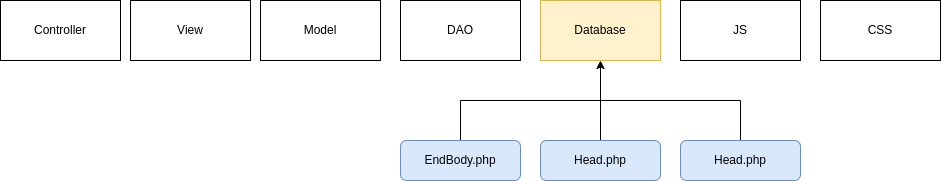
The draw.io diagram Diagram/FolderStructure/DatabaseStructure.png in ChristopheQuiniou/EasyFolio, before a commit. Source tidied: cells renumbered, new cells last; positions are measured from the earlier drawing's top-left corner, leaving out a move shared by most shapes.
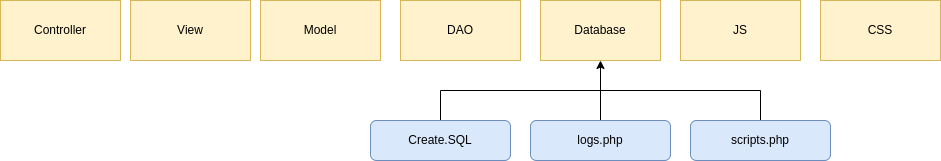
After the commit.

The edit, as a diff of the source:
```diff
@@ -2,25 +2,25 @@
   <root>
     <mxCell id="0" />
     <mxCell id="1" parent="0" />
-    <mxCell id="2" value="Model" style="rounded=0;whiteSpace=wrap;html=1;" parent="1" vertex="1">
+    <mxCell id="2" value="Model" style="rounded=0;whiteSpace=wrap;html=1;fillColor=#fff2cc;strokeColor=#d6b656;" parent="1" vertex="1">
       <mxGeometry x="260" width="120" height="60" as="geometry" />
     </mxCell>
-    <mxCell id="3" value="View" style="rounded=0;whiteSpace=wrap;html=1;" parent="1" vertex="1">
+    <mxCell id="3" value="View" style="rounded=0;whiteSpace=wrap;html=1;fillColor=#fff2cc;strokeColor=#d6b656;" parent="1" vertex="1">
       <mxGeometry x="130" width="120" height="60" as="geometry" />
     </mxCell>
-    <mxCell id="4" value="Controller" style="rounded=0;whiteSpace=wrap;html=1;" parent="1" vertex="1">
+    <mxCell id="4" value="Controller" style="rounded=0;whiteSpace=wrap;html=1;fillColor=#fff2cc;strokeColor=#d6b656;" parent="1" vertex="1">
       <mxGeometry width="120" height="60" as="geometry" />
     </mxCell>
-    <mxCell id="5" value="DAO" style="rounded=0;whiteSpace=wrap;html=1;" parent="1" vertex="1">
+    <mxCell id="5" value="DAO" style="rounded=0;whiteSpace=wrap;html=1;fillColor=#fff2cc;strokeColor=#d6b656;" parent="1" vertex="1">
       <mxGeometry x="400" width="120" height="60" as="geometry" />
     </mxCell>
     <mxCell id="6" value="Database" style="rounded=0;whiteSpace=wrap;html=1;fillColor=#fff2cc;strokeColor=#d6b656;" parent="1" vertex="1">
       <mxGeometry x="540" width="120" height="60" as="geometry" />
     </mxCell>
-    <mxCell id="7" value="JS" style="rounded=0;whiteSpace=wrap;html=1;" parent="1" vertex="1">
+    <mxCell id="7" value="JS" style="rounded=0;whiteSpace=wrap;html=1;fillColor=#fff2cc;strokeColor=#d6b656;" parent="1" vertex="1">
       <mxGeometry x="680" width="120" height="60" as="geometry" />
     </mxCell>
-    <mxCell id="8" value="CSS" style="rounded=0;whiteSpace=wrap;html=1;" parent="1" vertex="1">
+    <mxCell id="8" value="CSS" style="rounded=0;whiteSpace=wrap;html=1;fillColor=#fff2cc;strokeColor=#d6b656;" parent="1" vertex="1">
       <mxGeometry x="820" width="120" height="60" as="geometry" />
     </mxCell>
     <mxCell id="9" style="edgeStyle=orthogonalEdgeStyle;rounded=0;orthogonalLoop=1;jettySize=auto;html=1;exitX=0.5;exitY=0;exitDx=0;exitDy=0;endArrow=none;endFill=0;entryX=0.5;entryY=0;entryDx=0;entryDy=0;" parent="1" edge="1">
@@ -32,41 +32,30 @@
         </Array>
       </mxGeometry>
     </mxCell>
-    <mxCell id="10" style="edgeStyle=orthogonalEdgeStyle;rounded=0;jettySize=auto;html=1;exitX=0.5;exitY=0;exitDx=0;exitDy=0;endArrow=classic;endFill=1;entryX=0.5;entryY=1;entryDx=0;entryDy=0;" parent="1" edge="1" target="6">
-      <mxGeometry relative="1" as="geometry">
-        <mxPoint x="510" y="140" as="sourcePoint" />
-        <Array as="points">
-          <mxPoint x="460" y="140" />
-          <mxPoint x="460" y="100" />
-          <mxPoint x="600" y="100" />
-        </Array>
-      </mxGeometry>
-    </mxCell>
-    <mxCell id="11" value="EndBody.php" style="rounded=1;whiteSpace=wrap;html=1;fillColor=#dae8fc;strokeColor=#6c8ebf;" parent="1" vertex="1">
-      <mxGeometry x="400" y="140" width="120" height="40" as="geometry" />
-    </mxCell>
-    <mxCell id="12" style="edgeStyle=orthogonalEdgeStyle;rounded=0;jettySize=auto;html=1;exitX=0.5;exitY=0;exitDx=0;exitDy=0;startArrow=none;startFill=0;endArrow=none;endFill=0;" parent="1" edge="1" source="13">
-      <mxGeometry relative="1" as="geometry">
-        <mxPoint x="600" y="100" as="targetPoint" />
-        <Array as="points">
-          <mxPoint x="600" y="110" />
-          <mxPoint x="600" y="110" />
-        </Array>
-      </mxGeometry>
-    </mxCell>
-    <mxCell id="13" value="Head.php" style="rounded=1;whiteSpace=wrap;html=1;fillColor=#dae8fc;strokeColor=#6c8ebf;" parent="1" vertex="1">
-      <mxGeometry x="540" y="140" width="120" height="40" as="geometry" />
-    </mxCell>
-    <mxCell id="14" style="edgeStyle=orthogonalEdgeStyle;rounded=0;jettySize=auto;html=1;exitX=0.5;exitY=0;exitDx=0;exitDy=0;startArrow=none;startFill=0;endArrow=none;endFill=0;" parent="1" edge="1" source="15">
-      <mxGeometry relative="1" as="geometry">
-        <mxPoint x="600" y="100" as="targetPoint" />
-        <Array as="points">
-          <mxPoint x="740" y="100" />
-        </Array>
-      </mxGeometry>
-    </mxCell>
-    <mxCell id="15" value="Head.php" style="rounded=1;whiteSpace=wrap;html=1;fillColor=#dae8fc;strokeColor=#6c8ebf;" parent="1" vertex="1">
-      <mxGeometry x="680" y="140" width="120" height="40" as="geometry" />
-    </mxCell>
+    <mxCell id="16" style="edgeStyle=orthogonalEdgeStyle;rounded=0;jettySize=auto;html=1;exitX=0.5;exitY=0;exitDx=0;exitDy=0;endArrow=classic;endFill=1;" parent="1" edge="1" source="17" target="6">
+      <mxGeometry relative="1" as="geometry" />
+    </mxCell>
+    <mxCell id="17" value="Create.SQL" style="rounded=1;whiteSpace=wrap;html=1;fillColor=#dae8fc;strokeColor=#6c8ebf;" parent="1" vertex="1">
+      <mxGeometry x="370" y="120" width="140" height="40" as="geometry" />
+    </mxCell>
+    <mxCell id="18" style="edgeStyle=orthogonalEdgeStyle;rounded=0;jettySize=auto;html=1;exitX=0.5;exitY=0;exitDx=0;exitDy=0;endArrow=none;endFill=0;" parent="1" edge="1" source="19">
+      <mxGeometry relative="1" as="geometry">
+        <mxPoint x="600" y="90" as="targetPoint" />
+      </mxGeometry>
+    </mxCell>
+    <mxCell id="19" value="logs.php" style="rounded=1;whiteSpace=wrap;html=1;fillColor=#dae8fc;strokeColor=#6c8ebf;" parent="1" vertex="1">
+      <mxGeometry x="530" y="120" width="140" height="40" as="geometry" />
+    </mxCell>
+    <mxCell id="20" style="edgeStyle=orthogonalEdgeStyle;rounded=0;jettySize=auto;html=1;exitX=0.5;exitY=0;exitDx=0;exitDy=0;endArrow=none;endFill=0;" parent="1" edge="1" source="21">
+      <mxGeometry relative="1" as="geometry">
+        <mxPoint x="600" y="90" as="targetPoint" />
+        <Array as="points">
+          <mxPoint x="760" y="90" />
+        </Array>
+      </mxGeometry>
+    </mxCell>
+    <mxCell id="21" value="scripts.php" style="rounded=1;whiteSpace=wrap;html=1;fillColor=#dae8fc;strokeColor=#6c8ebf;" parent="1" vertex="1">
+      <mxGeometry x="690" y="120" width="140" height="40" as="geometry" />
+    </mxCell>
   </root>
 </mxGraphModel>
```
